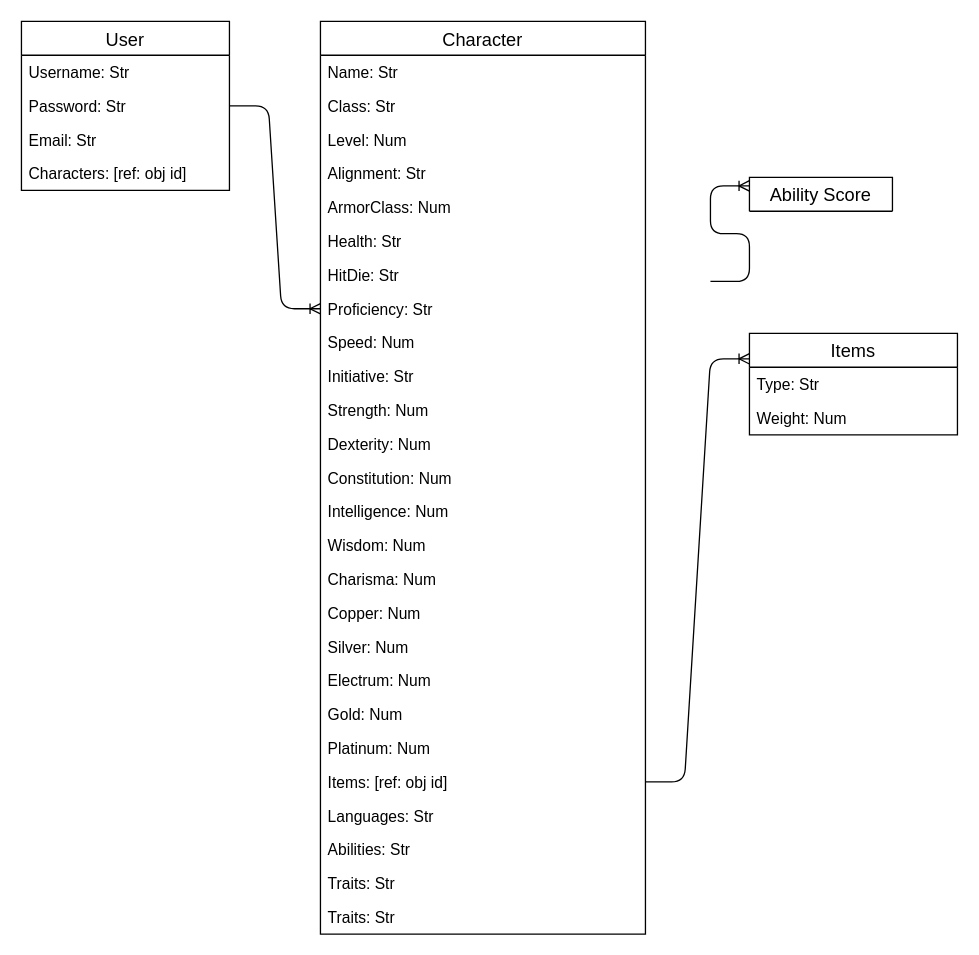
Earlier version of the draw.io diagram Capstone.drawio (RockWilliams/capstone-DnD-helper). Source tidied: cells renumbered, new cells numbered last; positions are measured from the earlier drawing's top-left corner, leaving out a move shared by most shapes. Both pictures are drawn from the tidied source at 130%, with x=0, y=0 at pixel (21, 21).
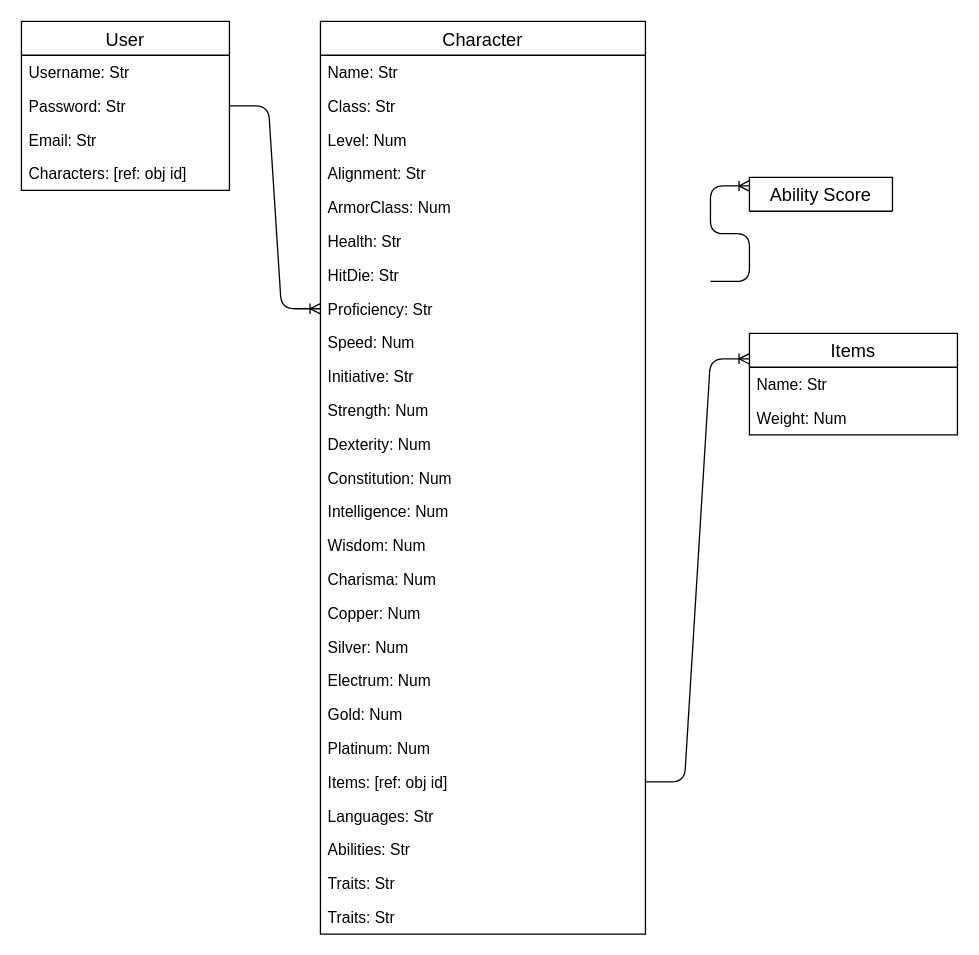
The same page after the edit.

The change refers to these unchanged cells:
```xml
<mxCell id="38" value="Items" style="swimlane;fontStyle=0;horizontal=1;startSize=26;align=center;fontSize=14;" parent="1" vertex="1">
  <mxGeometry x="560" y="240" width="160" height="78" as="geometry" />
</mxCell>
```

Change to the diagram source:
```diff
@@
-    <mxCell id="39" value="Type: Str" style="text;strokeColor=none;fillColor=none;spacingLeft=4;spacingRight=4;overflow=hidden;fontSize=12;" parent="38" vertex="1">
+    <mxCell id="39" value="Name: Str" style="text;strokeColor=none;fillColor=none;spacingLeft=4;spacingRight=4;overflow=hidden;fontSize=12;" parent="38" vertex="1">
       <mxGeometry y="26" width="160" height="26" as="geometry" />
     </mxCell>
```
